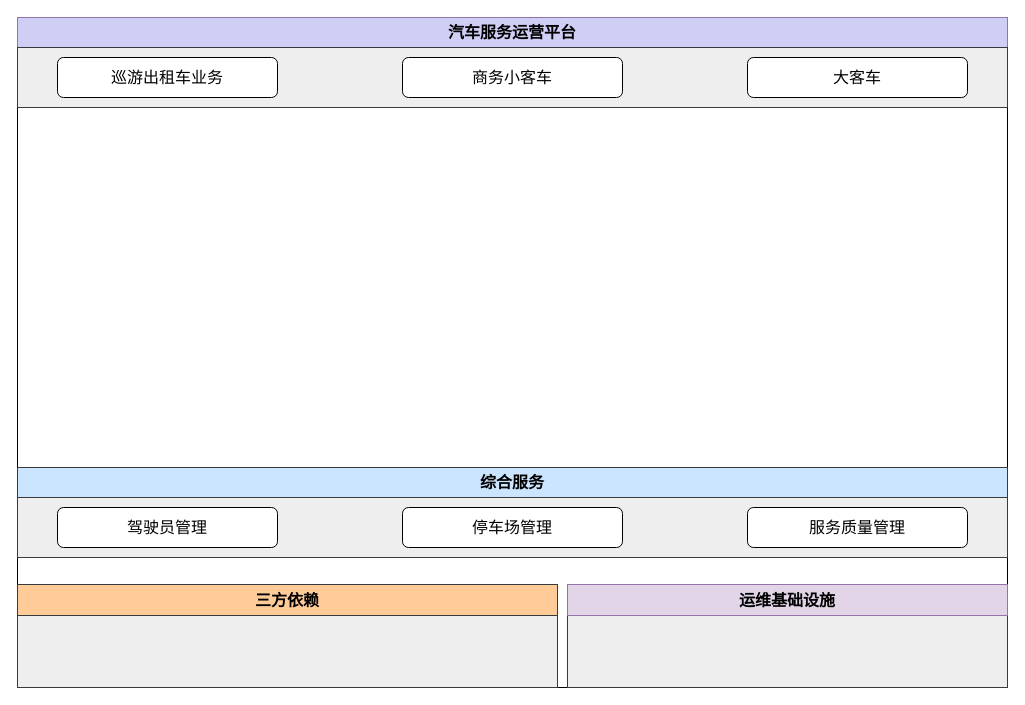
Before: 汽车公司业务流程图.drawio in ammengke/my-drawio, a draw.io diagram. Source tidied: cells renumbered, new cells numbered last; positions are measured from the earlier drawing's top-left corner, leaving out a move shared by most shapes. Both pictures are drawn from the tidied source at 100%, with x=0, y=0 at pixel (17, 17).
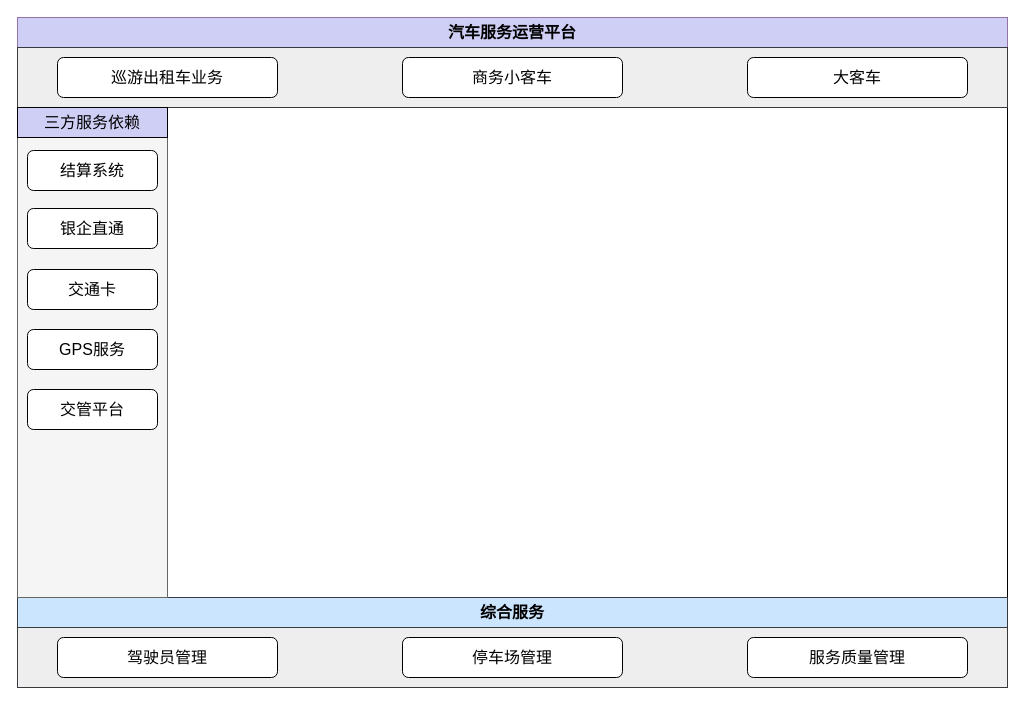
The same page after the edit.

Commit message (it also covers changes not shown here):
更新汽车公司业务流程图.drawio

Change to the diagram source:
```diff
@@
 <mxGraphModel>
   <root>
     <mxCell id="0" />
     <mxCell id="1" parent="0" />
     <mxCell id="2" style="rounded=0;whiteSpace=wrap;html=1;" parent="1" vertex="1">
       <mxGeometry width="990" height="670" as="geometry" />
     </mxCell>
     <mxCell id="3" value="汽车服务运营平台" style="rounded=0;whiteSpace=wrap;html=1;fillColor=#CFCEF5;strokeColor=#9673a6;fontStyle=1;fontSize=16;" parent="1" vertex="1">
       <mxGeometry width="990" height="30" as="geometry" />
     </mxCell>
     <mxCell id="4" style="rounded=0;whiteSpace=wrap;html=1;fontSize=16;fillColor=#eeeeee;strokeColor=#36393d;" parent="1" vertex="1">
       <mxGeometry y="30" width="990" height="60" as="geometry" />
     </mxCell>
     <mxCell id="5" value="巡游出租车业务" style="rounded=1;whiteSpace=wrap;html=1;fontSize=16;" parent="1" vertex="1">
       <mxGeometry x="40" y="40" width="220" height="40" as="geometry" />
     </mxCell>
     <mxCell id="6" value="商务小客车" style="rounded=1;whiteSpace=wrap;html=1;fontSize=16;" parent="1" vertex="1">
       <mxGeometry x="385" y="40" width="220" height="40" as="geometry" />
     </mxCell>
     <mxCell id="7" value="大客车" style="rounded=1;whiteSpace=wrap;html=1;fontSize=16;" parent="1" vertex="1">
       <mxGeometry x="730" y="40" width="220" height="40" as="geometry" />
     </mxCell>
     <mxCell id="8" style="rounded=0;whiteSpace=wrap;html=1;fontSize=16;fillColor=#eeeeee;strokeColor=#36393d;" parent="1" vertex="1">
-      <mxGeometry y="480" width="990" height="60" as="geometry" />
+      <mxGeometry y="610" width="990" height="60" as="geometry" />
     </mxCell>
     <mxCell id="9" value="综合服务" style="rounded=0;whiteSpace=wrap;html=1;fillColor=#cce5ff;strokeColor=#36393d;fontStyle=1;fontSize=16;" parent="1" vertex="1">
-      <mxGeometry y="450" width="990" height="30" as="geometry" />
+      <mxGeometry y="580" width="990" height="30" as="geometry" />
     </mxCell>
     <mxCell id="10" value="驾驶员管理" style="rounded=1;whiteSpace=wrap;html=1;fontSize=16;" parent="1" vertex="1">
-      <mxGeometry x="40" y="490" width="220" height="40" as="geometry" />
+      <mxGeometry x="40" y="620" width="220" height="40" as="geometry" />
     </mxCell>
     <mxCell id="11" value="停车场管理" style="rounded=1;whiteSpace=wrap;html=1;fontSize=16;" parent="1" vertex="1">
-      <mxGeometry x="385" y="490" width="220" height="40" as="geometry" />
+      <mxGeometry x="385" y="620" width="220" height="40" as="geometry" />
     </mxCell>
     <mxCell id="12" value="服务质量管理" style="rounded=1;whiteSpace=wrap;html=1;fontSize=16;" parent="1" vertex="1">
-      <mxGeometry x="730" y="490" width="220" height="40" as="geometry" />
+      <mxGeometry x="730" y="620" width="220" height="40" as="geometry" />
     </mxCell>
-    <mxCell id="13" style="rounded=0;whiteSpace=wrap;html=1;fontSize=16;fillColor=#eeeeee;strokeColor=#36393d;" parent="1" vertex="1">
-      <mxGeometry y="597" width="540" height="73" as="geometry" />
-    </mxCell>
-    <mxCell id="14" value="三方依赖" style="rounded=0;whiteSpace=wrap;html=1;fillColor=#ffcc99;strokeColor=#36393d;fontStyle=1;fontSize=16;" parent="1" vertex="1">
-      <mxGeometry y="567" width="540" height="31" as="geometry" />
-    </mxCell>
-    <mxCell id="15" style="rounded=0;whiteSpace=wrap;html=1;fontSize=16;fillColor=#eeeeee;strokeColor=#36393d;" parent="1" vertex="1">
-      <mxGeometry x="550" y="597" width="440" height="73" as="geometry" />
-    </mxCell>
-    <mxCell id="16" value="运维基础设施" style="rounded=0;whiteSpace=wrap;html=1;fillColor=#e1d5e7;strokeColor=#9673a6;fontStyle=1;fontSize=16;" parent="1" vertex="1">
-      <mxGeometry x="550" y="567" width="440" height="31" as="geometry" />
-    </mxCell>
+    <mxCell id="17" style="rounded=0;whiteSpace=wrap;html=1;fontSize=16;fillColor=#f5f5f5;strokeColor=#666666;fontColor=#333333;" parent="1" vertex="1">
+      <mxGeometry y="90" width="150" height="490" as="geometry" />
+    </mxCell>
+    <mxCell id="18" value="三方服务依赖" style="rounded=0;whiteSpace=wrap;html=1;fontSize=16;fillColor=#CFCEF5;" parent="1" vertex="1">
+      <mxGeometry y="90" width="150" height="30" as="geometry" />
+    </mxCell>
+    <mxCell id="19" value="结算系统" style="rounded=1;whiteSpace=wrap;html=1;fontSize=16;" parent="1" vertex="1">
+      <mxGeometry x="10" y="133" width="130" height="40" as="geometry" />
+    </mxCell>
+    <mxCell id="20" value="银企直通" style="rounded=1;whiteSpace=wrap;html=1;fontSize=16;" parent="1" vertex="1">
+      <mxGeometry x="10" y="191" width="130" height="40" as="geometry" />
+    </mxCell>
+    <mxCell id="21" value="交通卡" style="rounded=1;whiteSpace=wrap;html=1;fontSize=16;" parent="1" vertex="1">
+      <mxGeometry x="10" y="252" width="130" height="40" as="geometry" />
+    </mxCell>
+    <mxCell id="22" value="GPS服务" style="rounded=1;whiteSpace=wrap;html=1;fontSize=16;" parent="1" vertex="1">
+      <mxGeometry x="10" y="312" width="130" height="40" as="geometry" />
+    </mxCell>
+    <mxCell id="23" value="交管平台" style="rounded=1;whiteSpace=wrap;html=1;fontSize=16;" parent="1" vertex="1">
+      <mxGeometry x="10" y="372" width="130" height="40" as="geometry" />
+    </mxCell>
   </root>
 </mxGraphModel>
```
